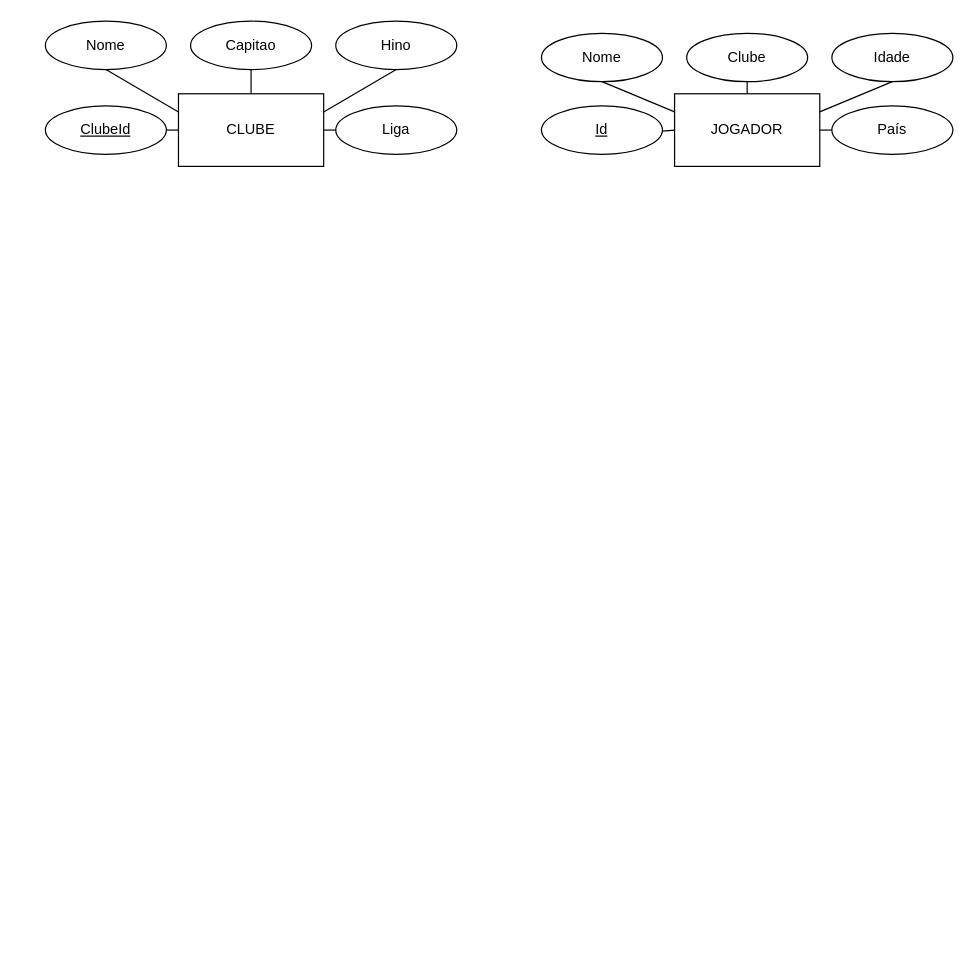
The draw.io diagram Futebolada.drawio in dabiditos/SistemasDeBasesDeDados, before the edit. Source tidied: cells renumbered, new cells numbered last; positions are measured from the earlier drawing's top-left corner, leaving out a move shared by most shapes. Both pictures are drawn from the tidied source at 121%, with x=0, y=0 at pixel (45, 21).
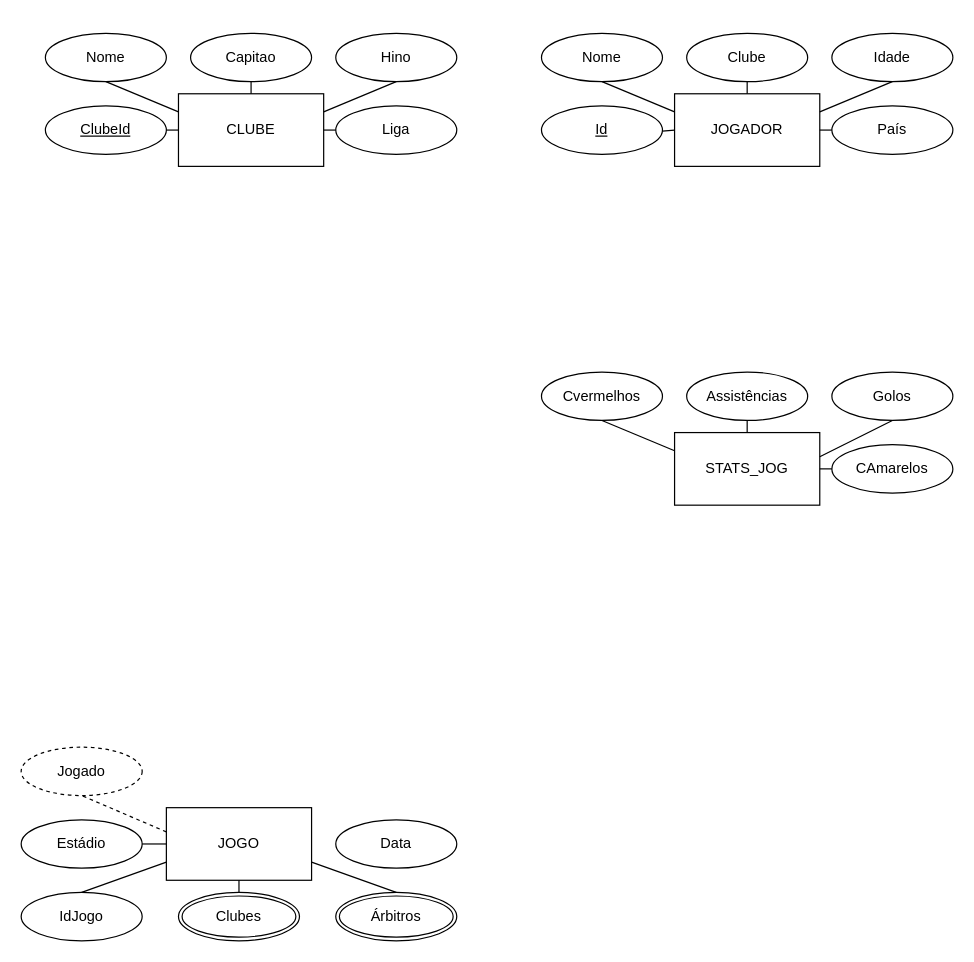
Above is the later version.

Diff of the diagram source:
```diff
@@
     <mxCell id="3" value="Capitao" style="ellipse;whiteSpace=wrap;html=1;align=center;" parent="1" vertex="1">
-      <mxGeometry x="120" width="100" height="40" as="geometry" />
+      <mxGeometry x="120" y="10" width="100" height="40" as="geometry" />
     </mxCell>
     <mxCell id="4" value="Hino" style="ellipse;whiteSpace=wrap;html=1;align=center;" parent="1" vertex="1">
-      <mxGeometry x="240" width="100" height="40" as="geometry" />
+      <mxGeometry x="240" y="10" width="100" height="40" as="geometry" />
     </mxCell>
@@
     <mxCell id="7" value="Nome" style="ellipse;whiteSpace=wrap;html=1;align=center;" parent="1" vertex="1">
-      <mxGeometry width="100" height="40" as="geometry" />
+      <mxGeometry y="10" width="100" height="40" as="geometry" />
     </mxCell>
@@
+    <mxCell id="24" value="JOGO" style="rounded=0;whiteSpace=wrap;html=1;" parent="1" vertex="1">
+      <mxGeometry x="100" y="650" width="120" height="60" as="geometry" />
+    </mxCell>
+    <mxCell id="25" value="Estádio" style="ellipse;whiteSpace=wrap;html=1;align=center;" parent="1" vertex="1">
+      <mxGeometry x="-20" y="660" width="100" height="40" as="geometry" />
+    </mxCell>
+    <mxCell id="26" value="IdJogo" style="ellipse;whiteSpace=wrap;html=1;align=center;" parent="1" vertex="1">
+      <mxGeometry x="-20" y="720" width="100" height="40" as="geometry" />
+    </mxCell>
+    <mxCell id="27" value="Clubes" style="ellipse;shape=doubleEllipse;margin=3;whiteSpace=wrap;html=1;align=center;" parent="1" vertex="1">
+      <mxGeometry x="110" y="720" width="100" height="40" as="geometry" />
+    </mxCell>
+    <mxCell id="28" value="Árbitros" style="ellipse;shape=doubleEllipse;margin=3;whiteSpace=wrap;html=1;align=center;" parent="1" vertex="1">
+      <mxGeometry x="240" y="720" width="100" height="40" as="geometry" />
+    </mxCell>
+    <mxCell id="29" value="STATS_JOG" style="rounded=0;whiteSpace=wrap;html=1;" parent="1" vertex="1">
+      <mxGeometry x="520" y="340" width="120" height="60" as="geometry" />
+    </mxCell>
+    <mxCell id="30" style="endArrow=none;html=1;rounded=0;entryX=0;entryY=0.75;entryDx=0;entryDy=0;exitX=0.5;exitY=0;exitDx=0;exitDy=0;" parent="1" edge="1" source="26" target="24">
+      <mxGeometry relative="1" as="geometry" />
+    </mxCell>
+    <mxCell id="31" style="endArrow=none;html=1;rounded=0;entryX=0;entryY=0.5;entryDx=0;entryDy=0;exitX=1;exitY=0.5;exitDx=0;exitDy=0;" parent="1" edge="1" source="25" target="24">
+      <mxGeometry relative="1" as="geometry" />
+    </mxCell>
+    <mxCell id="32" style="endArrow=none;html=1;rounded=0;entryX=0.5;entryY=1;entryDx=0;entryDy=0;exitX=0.5;exitY=0;exitDx=0;exitDy=0;" parent="1" edge="1" source="27" target="24">
+      <mxGeometry relative="1" as="geometry" />
+    </mxCell>
+    <mxCell id="33" style="endArrow=none;html=1;rounded=0;entryX=1;entryY=0.75;entryDx=0;entryDy=0;exitX=0.5;exitY=0;exitDx=0;exitDy=0;" parent="1" edge="1" source="28" target="24">
+      <mxGeometry relative="1" as="geometry" />
+    </mxCell>
+    <mxCell id="34" value="Assistências" style="ellipse;whiteSpace=wrap;html=1;align=center;" parent="1" vertex="1">
+      <mxGeometry x="530" y="290" width="100" height="40" as="geometry" />
+    </mxCell>
+    <mxCell id="35" value="Golos" style="ellipse;whiteSpace=wrap;html=1;align=center;" parent="1" vertex="1">
+      <mxGeometry x="650" y="290" width="100" height="40" as="geometry" />
+    </mxCell>
+    <mxCell id="36" style="endArrow=none;html=1;rounded=0;entryX=0.5;entryY=1;entryDx=0;entryDy=0;" parent="1" edge="1" target="35">
+      <mxGeometry relative="1" as="geometry">
+        <mxPoint x="640" y="360" as="sourcePoint" />
+      </mxGeometry>
+    </mxCell>
+    <mxCell id="37" style="endArrow=none;html=1;rounded=0;entryX=0.5;entryY=1;entryDx=0;entryDy=0;" parent="1" edge="1" target="34">
+      <mxGeometry relative="1" as="geometry">
+        <mxPoint x="580" y="340" as="sourcePoint" />
+      </mxGeometry>
+    </mxCell>
+    <mxCell id="38" value="CAmarelos" style="ellipse;whiteSpace=wrap;html=1;align=center;" parent="1" vertex="1">
+      <mxGeometry x="650" y="350" width="100" height="40" as="geometry" />
+    </mxCell>
+    <mxCell id="39" value="Cvermelhos" style="ellipse;whiteSpace=wrap;html=1;align=center;" parent="1" vertex="1">
+      <mxGeometry x="410" y="290" width="100" height="40" as="geometry" />
+    </mxCell>
+    <mxCell id="40" style="endArrow=none;html=1;rounded=0;entryX=0.5;entryY=1;entryDx=0;entryDy=0;exitX=0;exitY=0.25;exitDx=0;exitDy=0;" parent="1" edge="1" source="29" target="39">
+      <mxGeometry relative="1" as="geometry" />
+    </mxCell>
+    <mxCell id="41" style="endArrow=none;html=1;rounded=0;entryX=1;entryY=0.5;entryDx=0;entryDy=0;exitX=0;exitY=0.5;exitDx=0;exitDy=0;" parent="1" edge="1" source="38" target="29">
+      <mxGeometry relative="1" as="geometry" />
+    </mxCell>
+    <mxCell id="42" value="Data" style="ellipse;whiteSpace=wrap;html=1;align=center;" parent="1" vertex="1">
+      <mxGeometry x="240" y="660" width="100" height="40" as="geometry" />
+    </mxCell>
+    <mxCell id="43" style="endArrow=none;dashed=1;html=1;rounded=0;entryX=0.5;entryY=1;entryDx=0;entryDy=0;" parent="1" edge="1" target="44">
+      <mxGeometry relative="1" as="geometry">
+        <mxPoint x="100" y="670" as="sourcePoint" />
+      </mxGeometry>
+    </mxCell>
+    <mxCell id="44" value="Jogado" style="ellipse;whiteSpace=wrap;html=1;align=center;dashed=1;" parent="1" vertex="1">
+      <mxGeometry x="-20" y="600" width="100" height="40" as="geometry" />
+    </mxCell>
```
